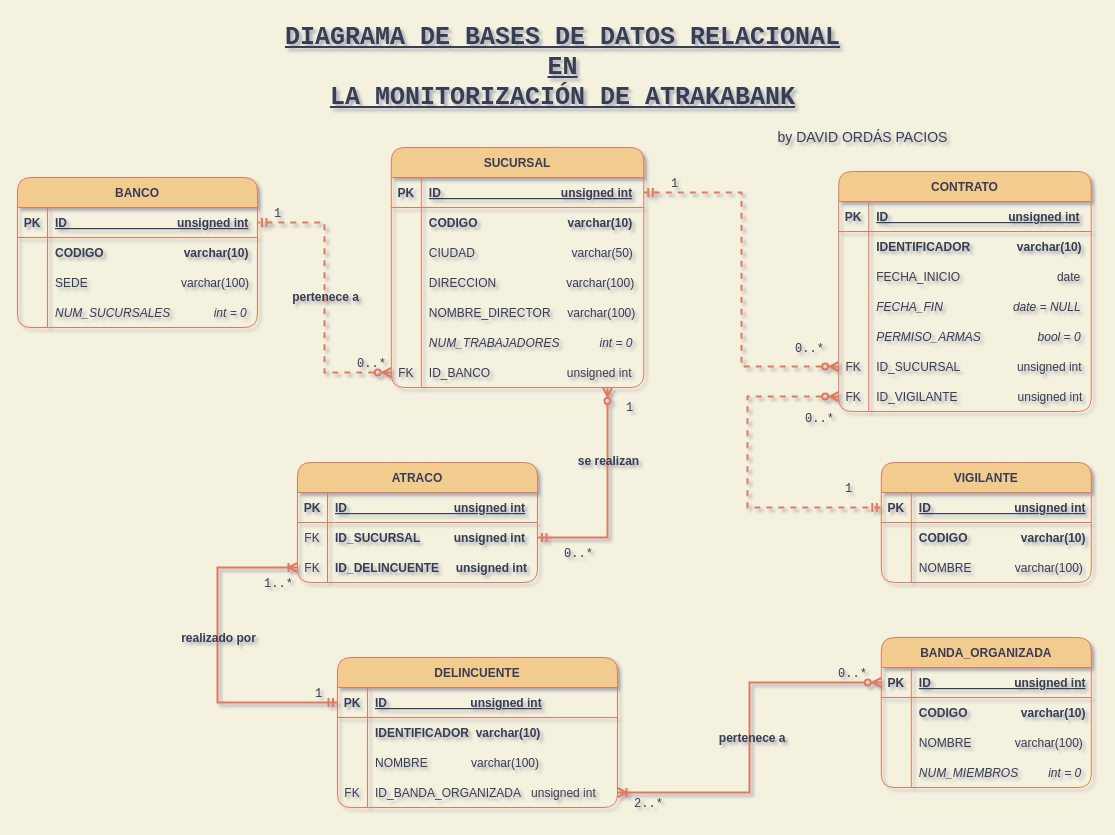
Earlier version of the draw.io diagram page "Diagrama BBDD" (2 of 3) of diagrams/atrakabank.drawio (davorpa/atrakabank-jpa-hibernate-console). Source tidied: cells renumbered, new cells numbered last; positions are measured from the earlier drawing's top-left corner, leaving out a move shared by most shapes. Both pictures are drawn from the tidied source at 100%, with x=0, y=0 at pixel (17, 17).
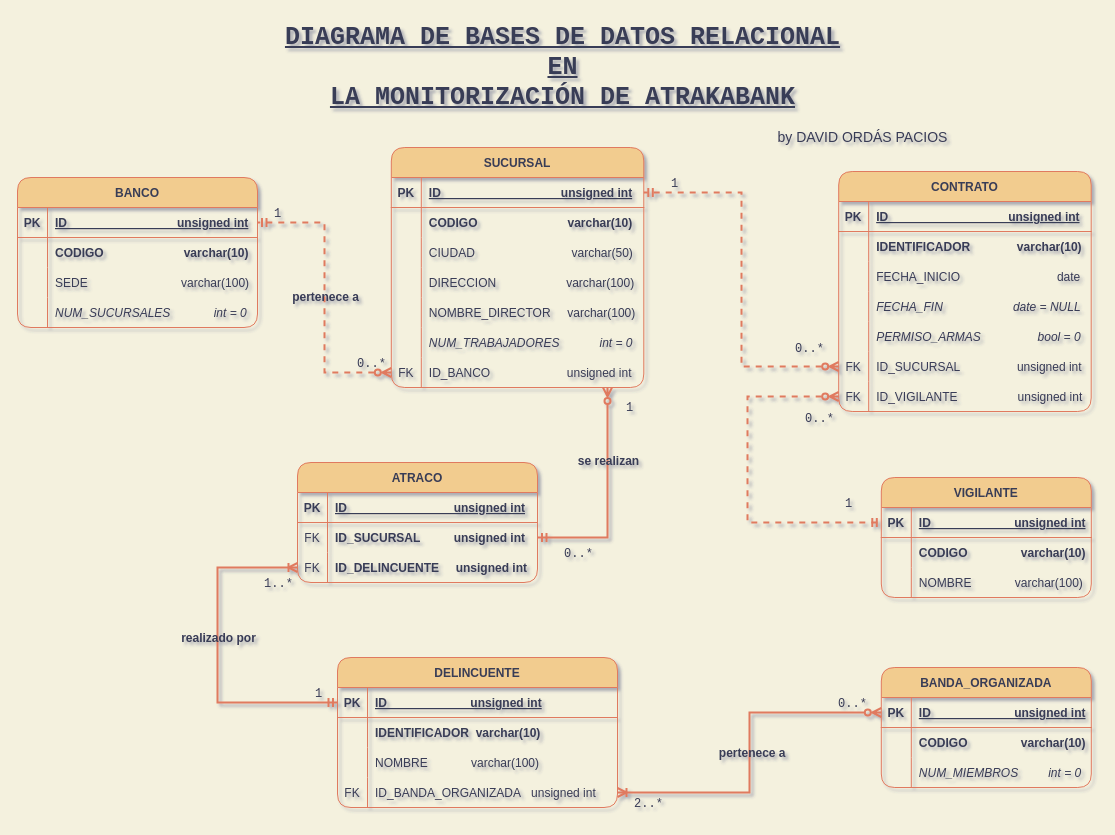
After the change.

Commit message (it also covers changes not shown here):
Add diagrama del dominio de clases

The edit, as a diff of the source:
```diff
@@
     <mxCell id="76" value="VIGILANTE" style="shape=table;startSize=30;childLayout=tableLayout;rowLines=0;fontStyle=1;align=center;labelBackgroundColor=none;fontSize=12;fillColor=#F2CC8F;strokeColor=#E07A5F;fontColor=#393C56;rounded=1;" parent="1" vertex="1">
-      <mxGeometry x="863.8" y="445" width="210" height="120" as="geometry" />
+      <mxGeometry x="863.8" y="460" width="210" height="120" as="geometry" />
     </mxCell>
@@
     <mxCell id="102" value="BANDA_ORGANIZADA" style="shape=table;startSize=30;childLayout=tableLayout;rowLines=0;fontStyle=1;align=center;labelBackgroundColor=none;fontSize=12;fillColor=#F2CC8F;strokeColor=#E07A5F;fontColor=#393C56;rounded=1;" parent="1" vertex="1">
-      <mxGeometry x="863.8" y="620" width="210" height="150" as="geometry" />
+      <mxGeometry x="863.8" y="650" width="210" height="120" as="geometry" />
     </mxCell>
@@
-    <mxCell id="109" style="shape=tableRow;horizontal=0;startSize=0;swimlaneHead=0;swimlaneBody=0;fillColor=none;top=0;left=0;right=0;bottom=0;labelBackgroundColor=none;fontSize=12;strokeColor=#E07A5F;fontColor=#393C56;rounded=1;" parent="102" vertex="1">
-      <mxGeometry y="90" width="210" height="30" as="geometry" />
-    </mxCell>
-    <mxCell id="110" style="shape=partialRectangle;fillColor=none;top=0;left=0;bottom=0;right=0;overflow=hidden;labelBackgroundColor=none;fontSize=12;strokeColor=#E07A5F;fontColor=#393C56;rounded=1;" parent="109" vertex="1">
-      <mxGeometry width="30" height="30" as="geometry" />
-    </mxCell>
-    <mxCell id="111" value="NOMBRE             varchar(100)" style="shape=partialRectangle;fillColor=none;top=0;left=0;bottom=0;right=0;align=left;spacingLeft=6;overflow=hidden;labelBackgroundColor=none;fontSize=12;strokeColor=#E07A5F;fontColor=#393C56;rounded=1;" parent="109" vertex="1">
-      <mxGeometry x="30" width="180" height="30" as="geometry" />
-    </mxCell>
     <mxCell id="112" style="shape=tableRow;horizontal=0;startSize=0;swimlaneHead=0;swimlaneBody=0;fillColor=none;top=0;left=0;right=0;bottom=0;labelBackgroundColor=none;fontSize=12;strokeColor=#E07A5F;fontColor=#393C56;rounded=1;" parent="102" vertex="1">
-      <mxGeometry y="120" width="210" height="30" as="geometry" />
+      <mxGeometry y="90" width="210" height="30" as="geometry" />
     </mxCell>
```
